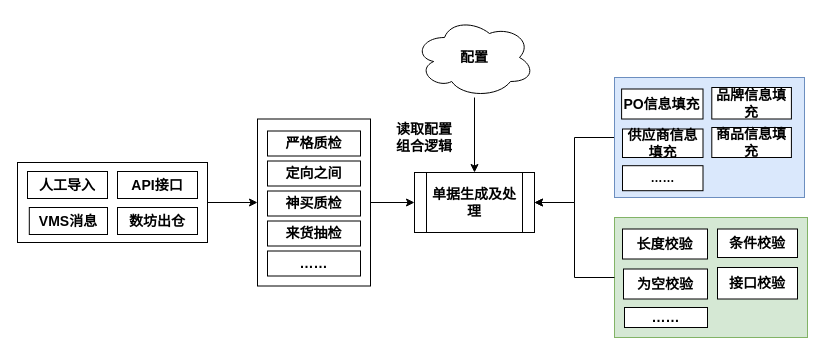
Above: page "第 17 页" (17 of 18) of 创建指令计划.drawio in vvhard/draw_io (draw.io), before the change. Source tidied: cells renumbered, new cells numbered last; positions are measured from the earlier drawing's top-left corner, leaving out a move shared by most shapes. Both pictures are drawn from the tidied source at 100%, with x=0, y=0 at pixel (17, 17).
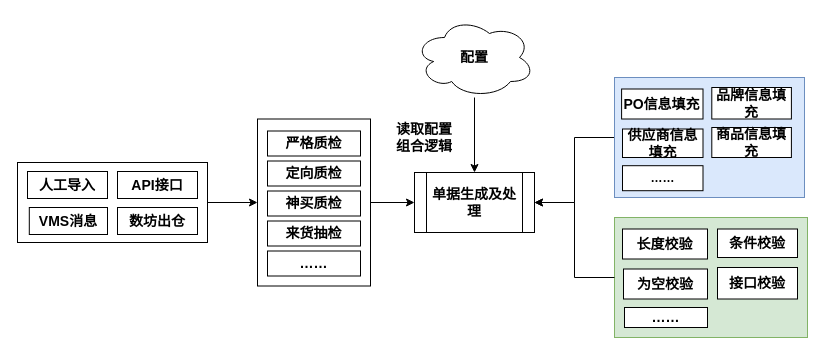
After the change.

Commit message:
更新创建指令计划.drawio

Unchanged cells that the change refers to:
```xml
<mxCell id="29" style="group;fontStyle=1;" parent="1" vertex="1">
  <mxGeometry x="240" y="101.5" width="113" height="167" as="geometry" />
</mxCell>
```

Diff of the diagram source:
```diff
@@
-    <mxCell id="32" value="&lt;font style=&quot;font-size: 14px;&quot;&gt;定向之间&lt;/font&gt;" style="rounded=0;whiteSpace=wrap;html=1;fontStyle=1;" parent="29" vertex="1">
+    <mxCell id="32" value="&lt;font style=&quot;font-size: 14px;&quot;&gt;定向质检&lt;/font&gt;" style="rounded=0;whiteSpace=wrap;html=1;fontStyle=1;" parent="29" vertex="1">
       <mxGeometry x="10" y="42" width="93" height="25" as="geometry" />
     </mxCell>
```
